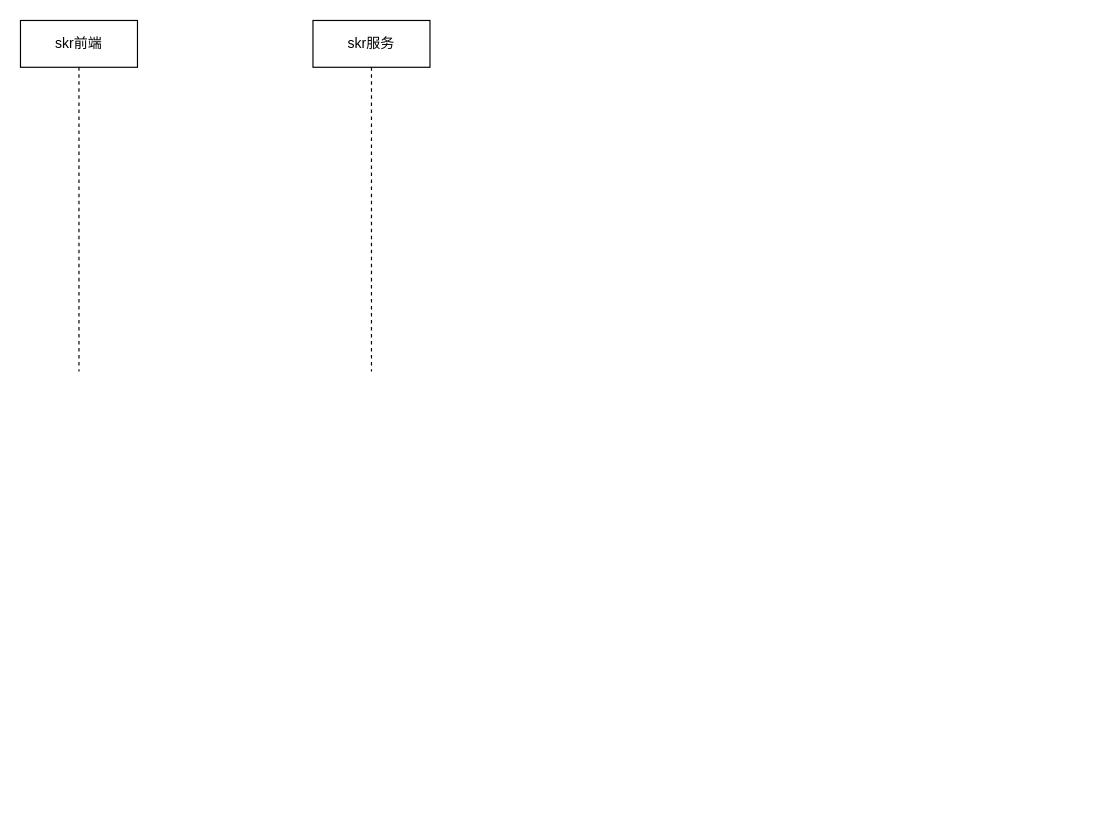
Before: page "skr时序图" (3 of 4) of GitTest/WebRoot/WEB-INF/Untitled Diagram.drawio in yinwenwei/testhyinwenwei, a draw.io diagram. Source tidied: cells renumbered, new cells numbered last; positions are measured from the earlier drawing's top-left corner, leaving out a move shared by most shapes. Both pictures are drawn from the tidied source at 117%, with x=0, y=0 at pixel (20, 20).
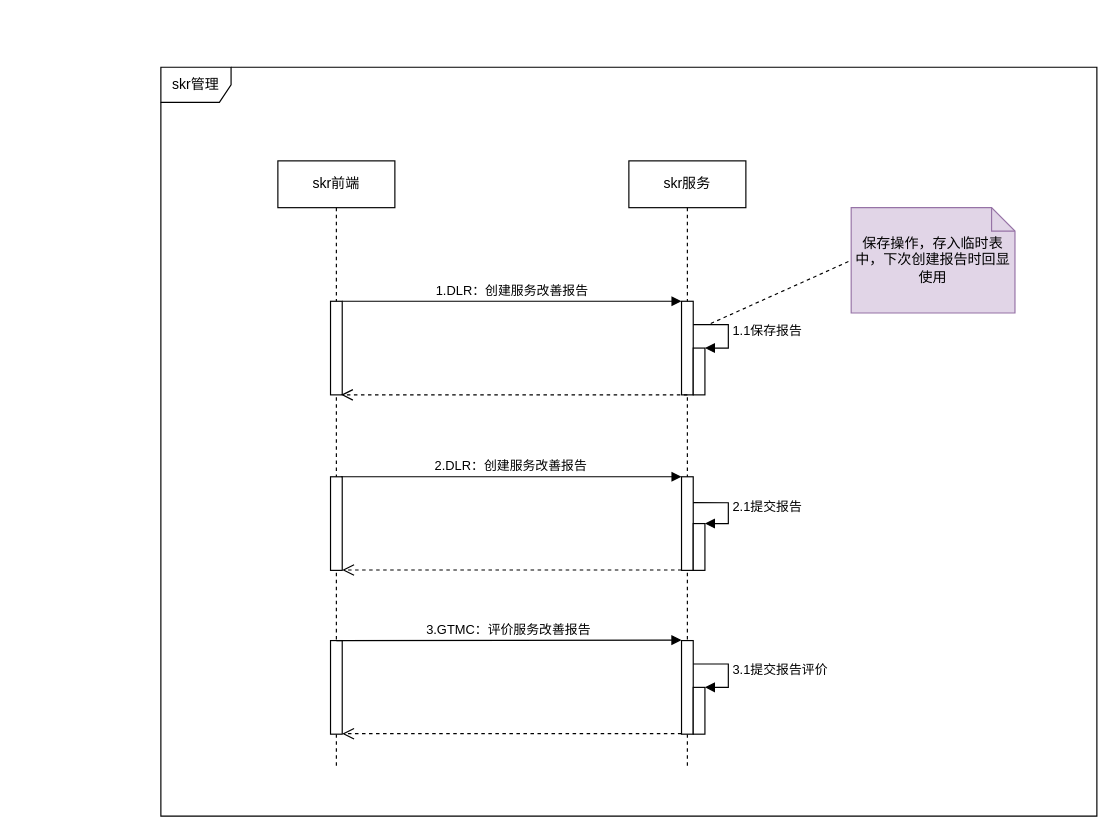
Above is the later version.

Change to the diagram source:
```diff
@@
+    <mxCell id="4" value="skr管理" style="shape=umlFrame;whiteSpace=wrap;html=1;" parent="1" vertex="1">
+      <mxGeometry x="120" y="40" width="800" height="640" as="geometry" />
+    </mxCell>
     <mxCell id="2" value="skr前端" style="shape=umlLifeline;perimeter=lifelinePerimeter;whiteSpace=wrap;html=1;" parent="1" vertex="1">
-      <mxGeometry width="100" height="300" as="geometry" />
+      <mxGeometry x="220" y="120" width="100" height="520" as="geometry" />
     </mxCell>
+    <mxCell id="5" style="html=1;points=[];perimeter=orthogonalPerimeter;" parent="2" vertex="1">
+      <mxGeometry x="45" y="120" width="10" height="80" as="geometry" />
+    </mxCell>
+    <mxCell id="6" style="html=1;points=[];perimeter=orthogonalPerimeter;" parent="2" vertex="1">
+      <mxGeometry x="45" y="270" width="10" height="80" as="geometry" />
+    </mxCell>
+    <mxCell id="7" style="html=1;points=[];perimeter=orthogonalPerimeter;" parent="2" vertex="1">
+      <mxGeometry x="45" y="410" width="10" height="80" as="geometry" />
+    </mxCell>
     <mxCell id="3" value="skr服务" style="shape=umlLifeline;perimeter=lifelinePerimeter;whiteSpace=wrap;html=1;" parent="1" vertex="1">
-      <mxGeometry x="250" width="100" height="300" as="geometry" />
+      <mxGeometry x="520" y="120" width="100" height="520" as="geometry" />
     </mxCell>
+    <mxCell id="8" style="html=1;points=[];perimeter=orthogonalPerimeter;" parent="3" vertex="1">
+      <mxGeometry x="45" y="120" width="10" height="80" as="geometry" />
+    </mxCell>
+    <mxCell id="9" style="html=1;points=[];perimeter=orthogonalPerimeter;" parent="3" vertex="1">
+      <mxGeometry x="45" y="270" width="10" height="80" as="geometry" />
+    </mxCell>
+    <mxCell id="10" style="html=1;points=[];perimeter=orthogonalPerimeter;" parent="3" vertex="1">
+      <mxGeometry x="55" y="160" width="10" height="40" as="geometry" />
+    </mxCell>
+    <mxCell id="11" value="1.1保存报告" style="edgeStyle=orthogonalEdgeStyle;html=1;align=left;spacingLeft=2;endArrow=block;rounded=0;entryX=1;entryY=0;" parent="3" edge="1" target="10">
+      <mxGeometry relative="1" as="geometry">
+        <mxPoint x="55" y="140" as="sourcePoint" />
+        <Array as="points">
+          <mxPoint x="85" y="140" />
+        </Array>
+      </mxGeometry>
+    </mxCell>
+    <mxCell id="12" style="html=1;points=[];perimeter=orthogonalPerimeter;" parent="3" vertex="1">
+      <mxGeometry x="55" y="310" width="10" height="40" as="geometry" />
+    </mxCell>
+    <mxCell id="13" value="2.1提交报告" style="edgeStyle=orthogonalEdgeStyle;html=1;align=left;spacingLeft=2;endArrow=block;rounded=0;entryX=1;entryY=0;exitX=1;exitY=0.277;exitDx=0;exitDy=0;exitPerimeter=0;" parent="3" edge="1" source="9" target="12">
+      <mxGeometry relative="1" as="geometry">
+        <Array as="points">
+          <mxPoint x="85" y="292" />
+          <mxPoint x="85" y="310" />
+        </Array>
+      </mxGeometry>
+    </mxCell>
+    <mxCell id="14" style="html=1;points=[];perimeter=orthogonalPerimeter;" parent="3" vertex="1">
+      <mxGeometry x="45" y="410" width="10" height="80" as="geometry" />
+    </mxCell>
+    <mxCell id="15" style="html=1;points=[];perimeter=orthogonalPerimeter;" parent="3" vertex="1">
+      <mxGeometry x="55" y="450" width="10" height="40" as="geometry" />
+    </mxCell>
+    <mxCell id="16" value="3.1提交报告评价" style="edgeStyle=orthogonalEdgeStyle;html=1;align=left;spacingLeft=2;endArrow=block;rounded=0;entryX=1;entryY=0;" parent="3" edge="1" target="15">
+      <mxGeometry relative="1" as="geometry">
+        <mxPoint x="55" y="430" as="sourcePoint" />
+        <Array as="points">
+          <mxPoint x="85" y="430" />
+        </Array>
+      </mxGeometry>
+    </mxCell>
+    <mxCell id="17" value="1.DLR：创建服务改善报告" style="html=1;verticalAlign=bottom;endArrow=block;entryX=0;entryY=0;rounded=0;" parent="1" edge="1" source="5" target="8">
+      <mxGeometry relative="1" as="geometry" />
+    </mxCell>
+    <mxCell id="18" style="html=1;verticalAlign=bottom;endArrow=open;dashed=1;endSize=8;rounded=0;entryX=0.9;entryY=1;entryDx=0;entryDy=0;entryPerimeter=0;exitX=0.5;exitY=1;exitDx=0;exitDy=0;exitPerimeter=0;" parent="1" edge="1" source="8" target="5">
+      <mxGeometry relative="1" as="geometry" />
+    </mxCell>
+    <mxCell id="19" value="2.DLR：创建服务改善报告" style="html=1;verticalAlign=bottom;endArrow=block;entryX=0;entryY=0;rounded=0;exitX=0.92;exitY=0;exitDx=0;exitDy=0;exitPerimeter=0;" parent="1" edge="1" source="6" target="9">
+      <mxGeometry relative="1" as="geometry" />
+    </mxCell>
+    <mxCell id="20" style="html=1;verticalAlign=bottom;endArrow=open;dashed=1;endSize=8;rounded=0;entryX=1;entryY=0.996;entryDx=0;entryDy=0;entryPerimeter=0;exitX=0;exitY=0.996;exitDx=0;exitDy=0;exitPerimeter=0;" parent="1" edge="1" source="9" target="6">
+      <mxGeometry relative="1" as="geometry" />
+    </mxCell>
+    <mxCell id="21" value="3.GTMC：评价服务改善报告" style="html=1;verticalAlign=bottom;endArrow=block;rounded=0;entryX=-0.01;entryY=-0.005;entryDx=0;entryDy=0;entryPerimeter=0;" parent="1" edge="1" target="14">
+      <mxGeometry relative="1" as="geometry">
+        <mxPoint x="270" y="530" as="sourcePoint" />
+      </mxGeometry>
+    </mxCell>
+    <mxCell id="22" style="html=1;verticalAlign=bottom;endArrow=open;dashed=1;endSize=8;rounded=0;exitX=-0.01;exitY=0.995;exitDx=0;exitDy=0;exitPerimeter=0;" parent="1" edge="1" source="14" target="7">
+      <mxGeometry relative="1" as="geometry" />
+    </mxCell>
+    <mxCell id="23" value="保存操作，存入临时表中，下次创建报告时回显使用" style="shape=note;size=20;whiteSpace=wrap;html=1;fillColor=#e1d5e7;strokeColor=#9673a6;" parent="1" vertex="1">
+      <mxGeometry x="710" y="160" width="140" height="90" as="geometry" />
+    </mxCell>
+    <mxCell id="24" style="endArrow=none;dashed=1;html=1;rounded=0;entryX=0;entryY=0.5;entryDx=0;entryDy=0;entryPerimeter=0;" parent="1" edge="1" target="23">
+      <mxGeometry relative="1" as="geometry">
+        <mxPoint x="590" y="259" as="sourcePoint" />
+      </mxGeometry>
+    </mxCell>
```
